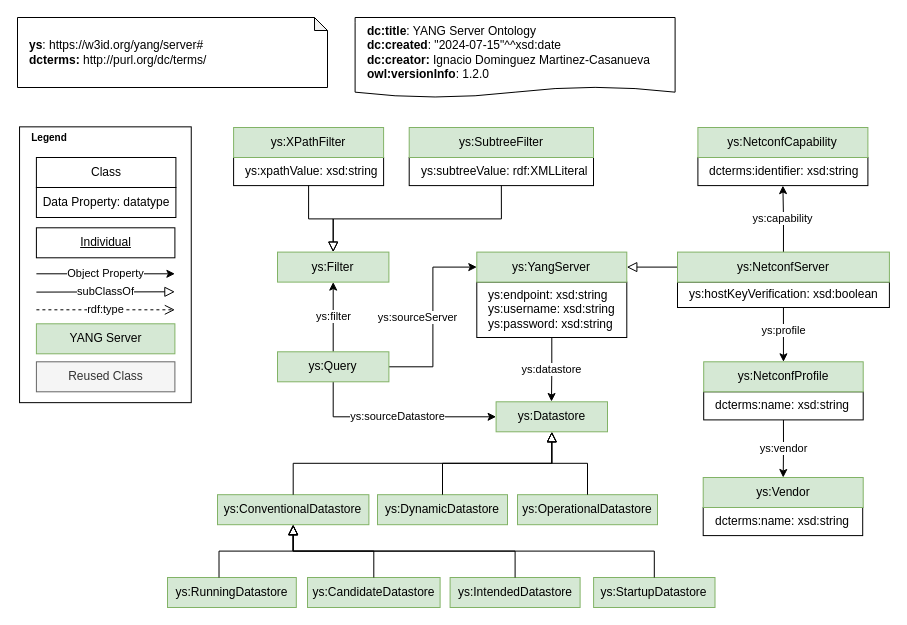
Before: page "ontology" (1 of 3) of diagrams/yang-server.drawio in candil-data-fabric/yang-server-ontology, a draw.io diagram. Source tidied: cells renumbered, new cells numbered last; positions are measured from the earlier drawing's top-left corner, leaving out a move shared by most shapes. Both pictures are drawn from the tidied source at 100%, with x=0, y=0 at pixel (-33, 17).
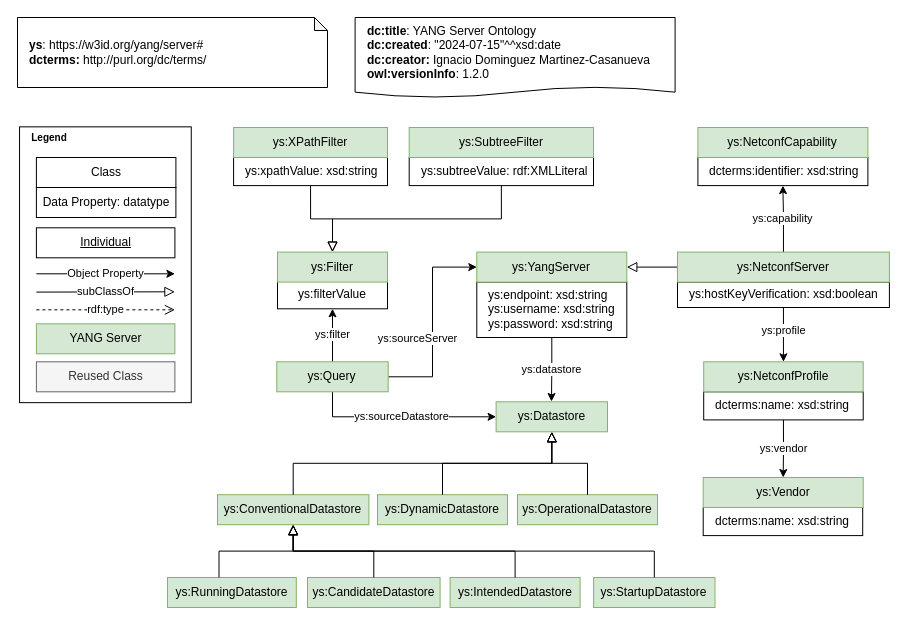
The same diagram, later.

Commit message (it also covers changes not shown here):
Include filterValue property

The change refers to these unchanged cells:
```xml
<mxCell id="16" value="ys:YangServer" style="rounded=0;whiteSpace=wrap;html=1;snapToPoint=1;points=[[0.1,0],[0.2,0],[0.3,0],[0.4,0],[0.5,0],[0.6,0],[0.7,0],[0.8,0],[0.9,0],[0,0.1],[0,0.3],[0,0.5],[0,0.7],[0,0.9],[0.1,1],[0.2,1],[0.3,1],[0.4,1],[0.5,1],[0.6,1],[0.7,1],[0.8,1],[0.9,1],[1,0.1],[1,0.3],[1,0.5],[1,0.7],[1,0.9]];fillColor=#d5e8d4;strokeColor=#82b366;" parent="1" vertex="1">
  <mxGeometry x="509.3" y="234.6" width="150" height="30" as="geometry" />
</mxCell>
```

Change to the diagram source:
```diff
@@
-    <mxCell id="44" value="ys:filter" style="edgeStyle=orthogonalEdgeStyle;rounded=0;jettySize=auto;html=1;exitX=0.5;exitY=0;exitDx=0;exitDy=0;entryX=0.5;entryY=1;entryDx=0;entryDy=0;" parent="1" edge="1" source="47" target="48">
+    <mxCell id="44" value="ys:filter" style="edgeStyle=orthogonalEdgeStyle;rounded=0;jettySize=auto;html=1;exitX=0.5;exitY=0;exitDx=0;exitDy=0;entryX=0.5;entryY=1;entryDx=0;entryDy=0;" parent="1" edge="1" source="47" target="55">
       <mxGeometry relative="1" as="geometry" />
     </mxCell>
@@
     <mxCell id="46" value="ys:sourceServer" style="edgeStyle=orthogonalEdgeStyle;rounded=0;jettySize=auto;html=1;exitX=1;exitY=0.5;exitDx=0;exitDy=0;entryX=0;entryY=0.5;entryDx=0;entryDy=0;" parent="1" edge="1" source="47" target="16">
-      <mxGeometry x="-0.01" y="15" relative="1" as="geometry" />
+      <mxGeometry x="-0.16" y="15" relative="1" as="geometry" />
     </mxCell>
     <mxCell id="47" value="ys:Query" style="rounded=0;whiteSpace=wrap;html=1;snapToPoint=1;points=[[0.1,0],[0.2,0],[0.3,0],[0.4,0],[0.5,0],[0.6,0],[0.7,0],[0.8,0],[0.9,0],[0,0.1],[0,0.3],[0,0.5],[0,0.7],[0,0.9],[0.1,1],[0.2,1],[0.3,1],[0.4,1],[0.5,1],[0.6,1],[0.7,1],[0.8,1],[0.9,1],[1,0.1],[1,0.3],[1,0.5],[1,0.7],[1,0.9]];fillColor=#d5e8d4;strokeColor=#82b366;" parent="1" vertex="1">
-      <mxGeometry x="310" y="334.3" width="111.4" height="30" as="geometry" />
+      <mxGeometry x="309.3" y="344.3" width="111.4" height="30" as="geometry" />
     </mxCell>
-    <mxCell id="48" value="ys:Filter" style="rounded=0;whiteSpace=wrap;html=1;snapToPoint=1;points=[[0.1,0],[0.2,0],[0.3,0],[0.4,0],[0.5,0],[0.6,0],[0.7,0],[0.8,0],[0.9,0],[0,0.1],[0,0.3],[0,0.5],[0,0.7],[0,0.9],[0.1,1],[0.2,1],[0.3,1],[0.4,1],[0.5,1],[0.6,1],[0.7,1],[0.8,1],[0.9,1],[1,0.1],[1,0.3],[1,0.5],[1,0.7],[1,0.9]];fillColor=#d5e8d4;strokeColor=#82b366;" parent="1" vertex="1">
-      <mxGeometry x="310" y="234.6" width="111.4" height="30" as="geometry" />
-    </mxCell>
     <mxCell id="49" value="ys:xpathValue: xsd:string" style="rounded=0;whiteSpace=wrap;html=1;snapToPoint=1;points=[[0.1,0],[0.2,0],[0.3,0],[0.4,0],[0.5,0],[0.6,0],[0.7,0],[0.8,0],[0.9,0],[0,0.1],[0,0.3],[0,0.5],[0,0.7],[0,0.9],[0.1,1],[0.2,1],[0.3,1],[0.4,1],[0.5,1],[0.6,1],[0.7,1],[0.8,1],[0.9,1],[1,0.1],[1,0.3],[1,0.5],[1,0.7],[1,0.9]];align=left;spacingLeft=10;" parent="1" vertex="1">
-      <mxGeometry x="266.1" y="140" width="150" height="28.1" as="geometry" />
+      <mxGeometry x="266.1" y="140" width="153.9" height="28.1" as="geometry" />
     </mxCell>
@@
     <mxCell id="52" value="ys:XPathFilter" style="rounded=0;whiteSpace=wrap;html=1;fillColor=#d5e8d4;strokeColor=#82b366;" parent="1" vertex="1">
-      <mxGeometry x="266.1" y="110" width="150" height="30" as="geometry" />
+      <mxGeometry x="266.1" y="110" width="153.9" height="30" as="geometry" />
     </mxCell>
@@
+    <mxCell id="55" value="ys:filterValue" style="rounded=0;whiteSpace=wrap;html=1;snapToPoint=1;points=[[0.1,0],[0.2,0],[0.3,0],[0.4,0],[0.5,0],[0.6,0],[0.7,0],[0.8,0],[0.9,0],[0,0.1],[0,0.3],[0,0.5],[0,0.7],[0,0.9],[0.1,1],[0.2,1],[0.3,1],[0.4,1],[0.5,1],[0.6,1],[0.7,1],[0.8,1],[0.9,1],[1,0.1],[1,0.3],[1,0.5],[1,0.7],[1,0.9]];align=center;spacingLeft=0;spacing=0;" parent="1" vertex="1">
+      <mxGeometry x="310" y="263.2" width="110" height="28.1" as="geometry" />
+    </mxCell>
+    <mxCell id="48" value="ys:Filter" style="rounded=0;whiteSpace=wrap;html=1;snapToPoint=1;points=[[0.1,0],[0.2,0],[0.3,0],[0.4,0],[0.5,0],[0.6,0],[0.7,0],[0.8,0],[0.9,0],[0,0.1],[0,0.3],[0,0.5],[0,0.7],[0,0.9],[0.1,1],[0.2,1],[0.3,1],[0.4,1],[0.5,1],[0.6,1],[0.7,1],[0.8,1],[0.9,1],[1,0.1],[1,0.3],[1,0.5],[1,0.7],[1,0.9]];fillColor=#d5e8d4;strokeColor=#82b366;" parent="1" vertex="1">
+      <mxGeometry x="310" y="234.6" width="110" height="30" as="geometry" />
+    </mxCell>
```
